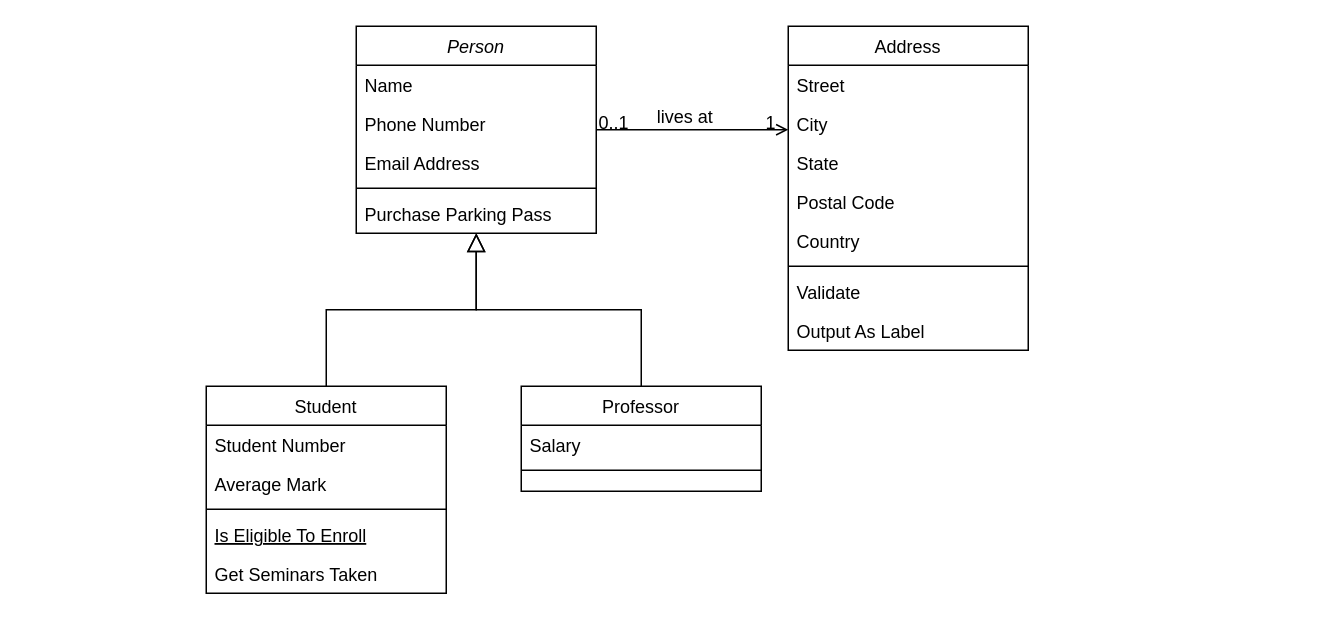
Earlier version of the draw.io diagram Megnevezetlen diagram.drawio (szalaizsolt/feb17). Source tidied: cells renumbered, new cells numbered last; positions are measured from the earlier drawing's top-left corner, leaving out a move shared by most shapes. Both pictures are drawn from the tidied source at 150%, with x=0, y=0 at pixel (206, 26).
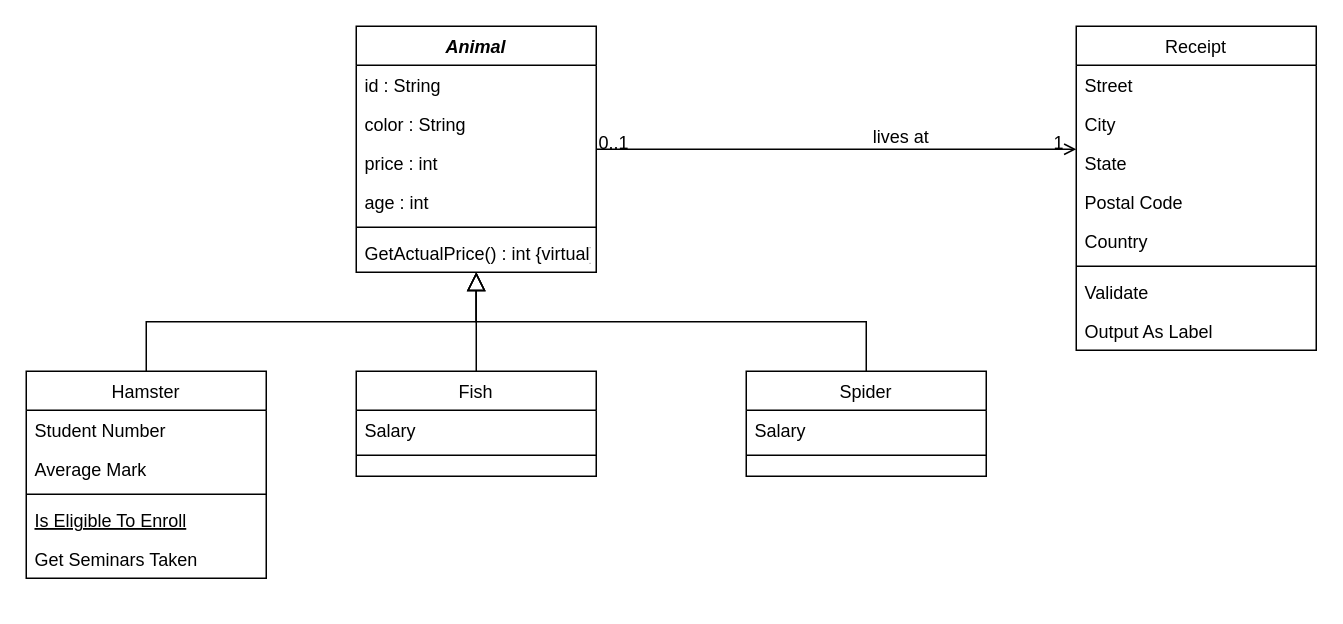
The same diagram, later.

Diff of the diagram source:
```diff
@@
-    <mxCell id="2" value="Person" style="swimlane;fontStyle=2;align=center;verticalAlign=top;horizontal=1;startSize=26;rounded=0;shadow=0;strokeWidth=1;" parent="1" vertex="1">
-      <mxGeometry x="100" width="160" height="138" as="geometry" />
+    <mxCell id="2" value="Animal" style="swimlane;fontStyle=3;align=center;verticalAlign=top;horizontal=1;startSize=26;rounded=0;shadow=0;strokeWidth=1;" parent="1" vertex="1">
+      <mxGeometry x="100" width="160" height="164" as="geometry" />
     </mxCell>
-    <mxCell id="3" value="Name" style="text;align=left;verticalAlign=top;spacingLeft=4;spacingRight=4;overflow=hidden;" parent="2" vertex="1">
+    <mxCell id="3" value="id : String" style="text;align=left;verticalAlign=top;spacingLeft=4;spacingRight=4;overflow=hidden;" parent="2" vertex="1">
       <mxGeometry y="26" width="160" height="26" as="geometry" />
     </mxCell>
-    <mxCell id="4" value="Phone Number" style="text;align=left;verticalAlign=top;spacingLeft=4;spacingRight=4;overflow=hidden;rounded=0;shadow=0;html=0;" parent="2" vertex="1">
+    <mxCell id="4" value="color : String" style="text;align=left;verticalAlign=top;spacingLeft=4;spacingRight=4;overflow=hidden;rounded=0;shadow=0;html=0;" parent="2" vertex="1">
       <mxGeometry y="52" width="160" height="26" as="geometry" />
     </mxCell>
+    <mxCell id="32" value="price : int" style="text;align=left;verticalAlign=top;spacingLeft=4;spacingRight=4;overflow=hidden;rounded=0;shadow=0;html=0;" parent="2" vertex="1">
+      <mxGeometry y="78" width="160" height="26" as="geometry" />
+    </mxCell>
-    <mxCell id="5" value="Email Address" style="text;align=left;verticalAlign=top;spacingLeft=4;spacingRight=4;overflow=hidden;rounded=0;shadow=0;html=0;" parent="2" vertex="1">
-      <mxGeometry y="78" width="160" height="26" as="geometry" />
+    <mxCell id="5" value="age : int" style="text;align=left;verticalAlign=top;spacingLeft=4;spacingRight=4;overflow=hidden;rounded=0;shadow=0;html=0;" parent="2" vertex="1">
+      <mxGeometry y="104" width="160" height="26" as="geometry" />
     </mxCell>
     <mxCell id="6" style="line;html=1;strokeWidth=1;align=left;verticalAlign=middle;spacingTop=-1;spacingLeft=3;spacingRight=3;labelPosition=right;" parent="2" vertex="1">
-      <mxGeometry y="104" width="160" height="8" as="geometry" />
+      <mxGeometry y="130" width="160" height="8" as="geometry" />
     </mxCell>
-    <mxCell id="7" value="Purchase Parking Pass" style="text;align=left;verticalAlign=top;spacingLeft=4;spacingRight=4;overflow=hidden;points=[[0,0.5],[1,0.5]];portConstraint=eastwest;" parent="2" vertex="1">
-      <mxGeometry y="112" width="160" height="26" as="geometry" />
+    <mxCell id="7" value="GetActualPrice() : int {virtual}" style="text;align=left;verticalAlign=top;spacingLeft=4;spacingRight=4;overflow=hidden;points=[[0,0.5],[1,0.5]];portConstraint=eastwest;" parent="2" vertex="1">
+      <mxGeometry y="138" width="160" height="26" as="geometry" />
     </mxCell>
-    <mxCell id="8" value="Student" style="swimlane;fontStyle=0;align=center;verticalAlign=top;horizontal=1;startSize=26;rounded=0;shadow=0;strokeWidth=1;" parent="1" vertex="1">
-      <mxGeometry y="240" width="160" height="138" as="geometry" />
+    <mxCell id="8" value="Hamster" style="swimlane;fontStyle=0;align=center;verticalAlign=top;horizontal=1;startSize=26;rounded=0;shadow=0;strokeWidth=1;" parent="1" vertex="1">
+      <mxGeometry x="-120" y="230" width="160" height="138" as="geometry" />
     </mxCell>
@@
-    <mxCell id="15" value="Professor" style="swimlane;fontStyle=0;align=center;verticalAlign=top;horizontal=1;startSize=26;rounded=0;shadow=0;strokeWidth=1;" parent="1" vertex="1">
-      <mxGeometry x="210" y="240" width="160" height="70" as="geometry" />
+    <mxCell id="15" value="Fish" style="swimlane;fontStyle=0;align=center;verticalAlign=top;horizontal=1;startSize=26;rounded=0;shadow=0;strokeWidth=1;" parent="1" vertex="1">
+      <mxGeometry x="100" y="230" width="160" height="70" as="geometry" />
     </mxCell>
@@
-    <mxCell id="19" value="Address" style="swimlane;fontStyle=0;align=center;verticalAlign=top;horizontal=1;startSize=26;rounded=0;shadow=0;strokeWidth=1;" parent="1" vertex="1">
-      <mxGeometry x="388" width="160" height="216" as="geometry" />
+    <mxCell id="19" value="Receipt" style="swimlane;fontStyle=0;align=center;verticalAlign=top;horizontal=1;startSize=26;rounded=0;shadow=0;strokeWidth=1;" parent="1" vertex="1">
+      <mxGeometry x="580" width="160" height="216" as="geometry" />
     </mxCell>
@@
+    <mxCell id="33" value="Spider" style="swimlane;fontStyle=0;align=center;verticalAlign=top;horizontal=1;startSize=26;rounded=0;shadow=0;strokeWidth=1;points=[[0,0,0,0,0],[0,0.25,0,0,0],[0,0.5,0,0,0],[0,0.75,0,0,0],[0,1,0,0,0],[0.25,0,0,0,0],[0.25,1,0,0,0],[0.5,0,0,0,0],[0.5,1,0,0,0],[0.75,0,0,0,0],[0.75,1,0,0,0],[1,0,0,0,0],[1,0.25,0,0,0],[1,0.5,0,0,0],[1,0.75,0,0,0],[1,1,0,0,0]];" parent="1" vertex="1">
+      <mxGeometry x="360" y="230" width="160" height="70" as="geometry" />
+    </mxCell>
+    <mxCell id="34" value="Salary" style="text;align=left;verticalAlign=top;spacingLeft=4;spacingRight=4;overflow=hidden;" parent="33" vertex="1">
+      <mxGeometry y="26" width="160" height="26" as="geometry" />
+    </mxCell>
+    <mxCell id="35" style="line;html=1;strokeWidth=1;align=left;verticalAlign=middle;spacingTop=-1;spacingLeft=3;spacingRight=3;labelPosition=right;" parent="33" vertex="1">
+      <mxGeometry y="52" width="160" height="8" as="geometry" />
+    </mxCell>
+    <mxCell id="36" style="endArrow=block;endSize=10;endFill=0;shadow=0;strokeWidth=1;rounded=0;edgeStyle=elbowEdgeStyle;elbow=vertical;exitX=0.5;exitY=0;exitDx=0;exitDy=0;exitPerimeter=0;" parent="1" edge="1" source="33" target="7">
+      <mxGeometry relative="1" as="geometry" />
+    </mxCell>
```
